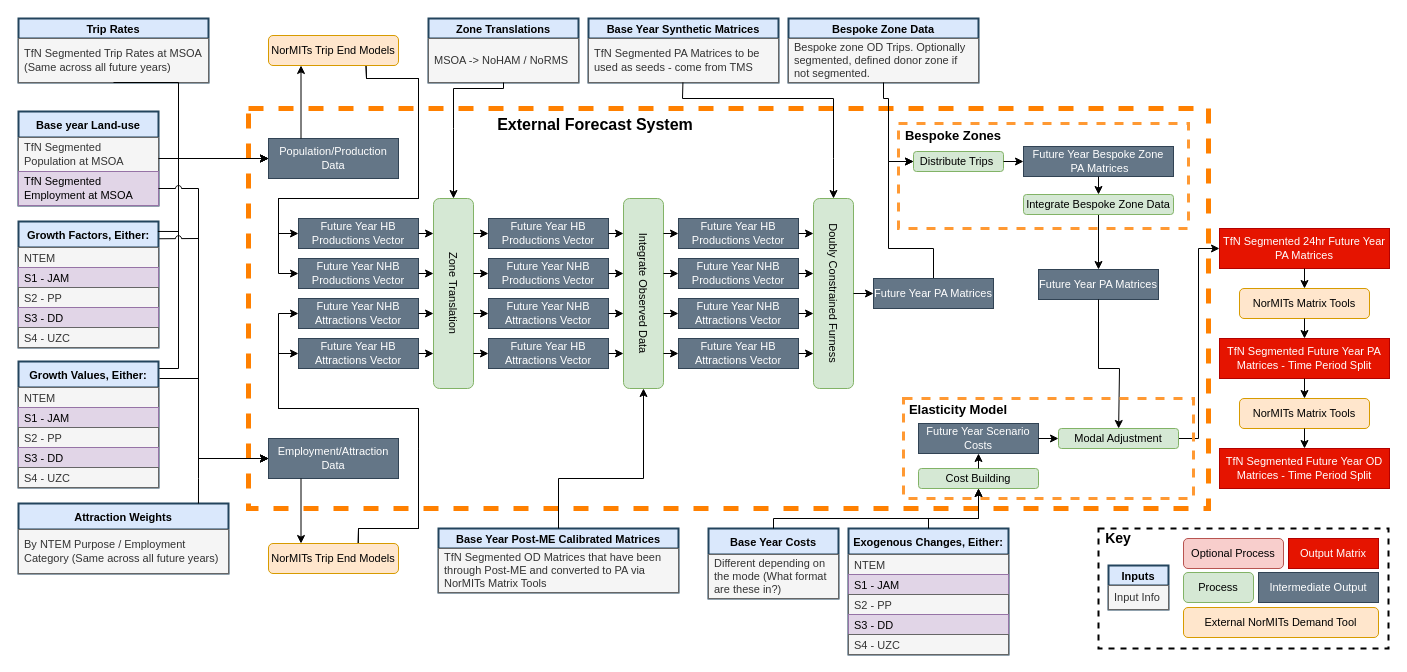
Before: page "BZ - Demand - EFS Op Model" (1 of 3) of op_models/EFS/EFS Op Model.drawio in Transport-for-the-North/NorMITs-Demand, a draw.io diagram. Source tidied: cells renumbered, new cells numbered last; positions are measured from the earlier drawing's top-left corner, leaving out a move shared by most shapes. Both pictures are drawn from the tidied source at 100%, with x=0, y=0 at pixel (18, 18).
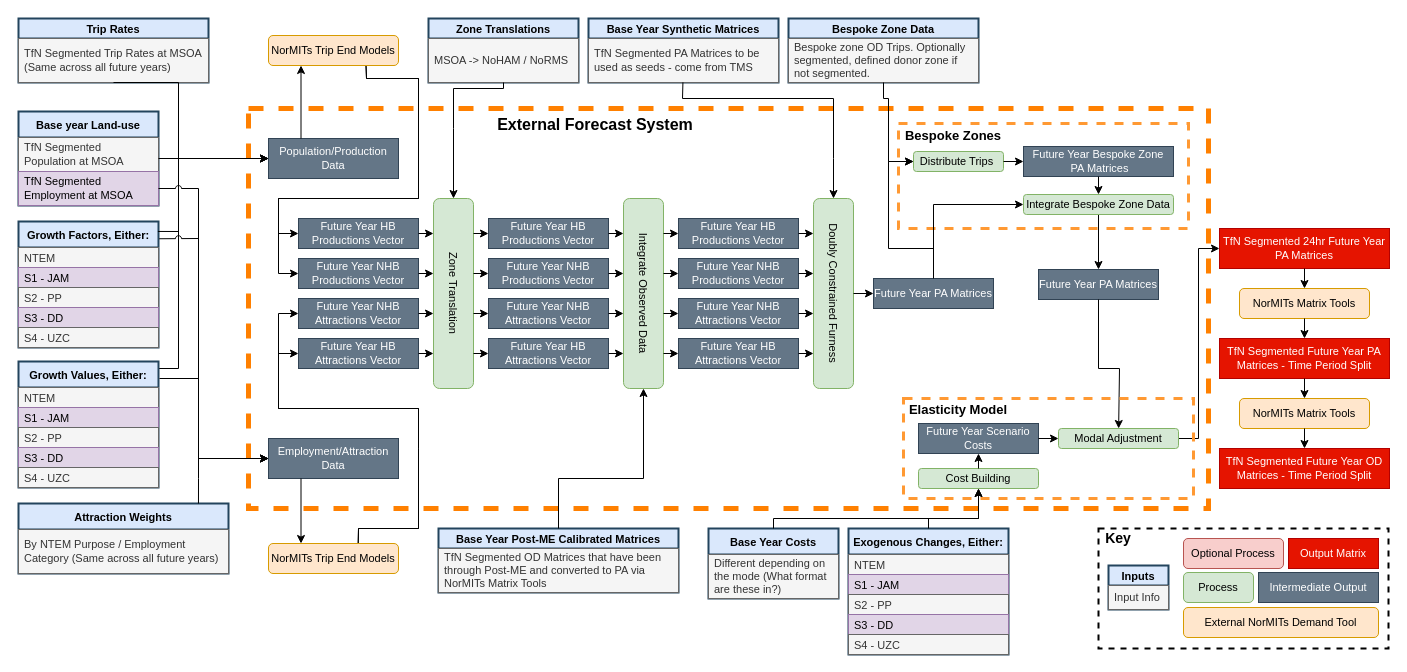
The same page after the edit.

Commit message (it also covers changes not shown here):
Update EFS op model

Unchanged cells that the change refers to:
```xml
<mxCell id="87" value="Future Year PA Matrices" style="rounded=0;whiteSpace=wrap;html=1;strokeWidth=1;fillColor=#647687;strokeColor=#314354;fontSize=11;fontColor=#ffffff;" parent="63" vertex="1">
  <mxGeometry x="575" y="80" width="120" height="30" as="geometry" />
</mxCell>
<mxCell id="111" value="&lt;font style=&quot;font-size: 11px&quot;&gt;Integrate Bespoke Zone Data&lt;/font&gt;" style="rounded=1;whiteSpace=wrap;html=1;fillColor=#d5e8d4;strokeColor=#82b366;rotation=0;" parent="108" vertex="1">
  <mxGeometry x="110" y="48" width="150" height="20" as="geometry" />
</mxCell>
```

The edit, as a diff of the source:
```diff
@@
+    <mxCell id="143" style="endArrow=classic;html=1;exitX=0.5;exitY=0;exitDx=0;exitDy=0;entryX=0;entryY=0.5;entryDx=0;entryDy=0;rounded=0;" parent="1" edge="1" source="87" target="111">
+      <mxGeometry relative="1" as="geometry">
+        <Array as="points">
+          <mxPoint x="915" y="186" />
+        </Array>
+      </mxGeometry>
+    </mxCell>
```
